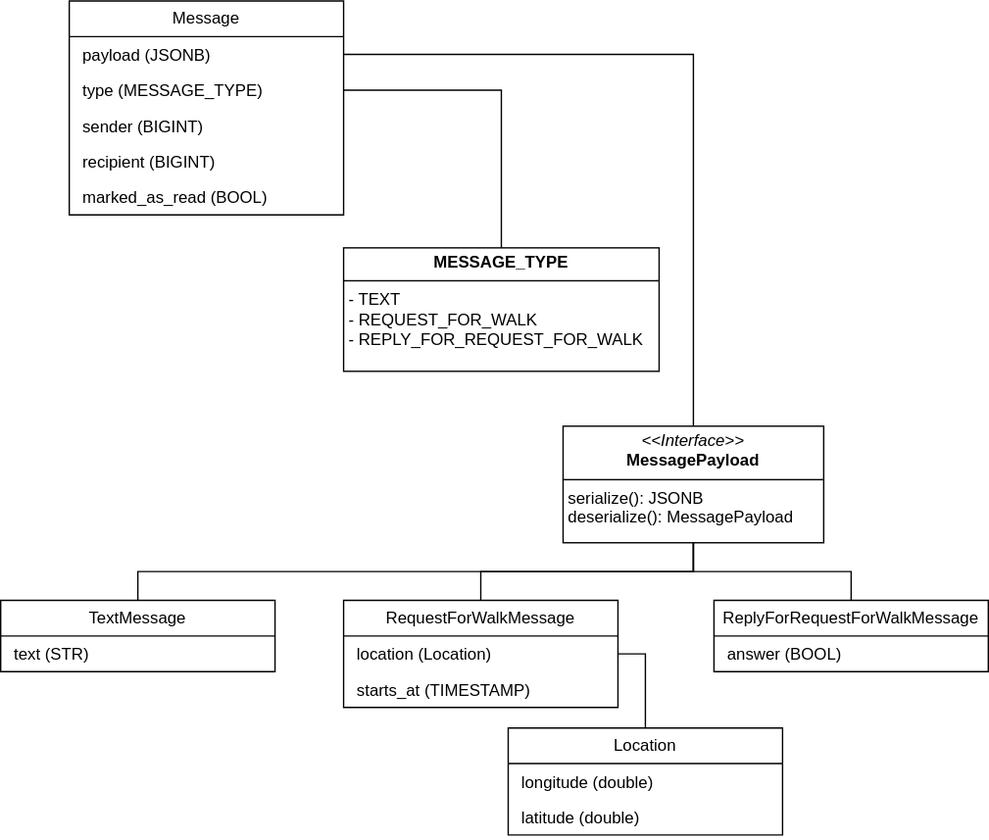
ru-random-walk/chat-service keeps this draw.io diagram as doc/img/domain_model.drawio.svg. Above is the earlier version. Source tidied: cells renumbered, new cells last; positions are measured from the earlier drawing's top-left corner, leaving out a move shared by most shapes.
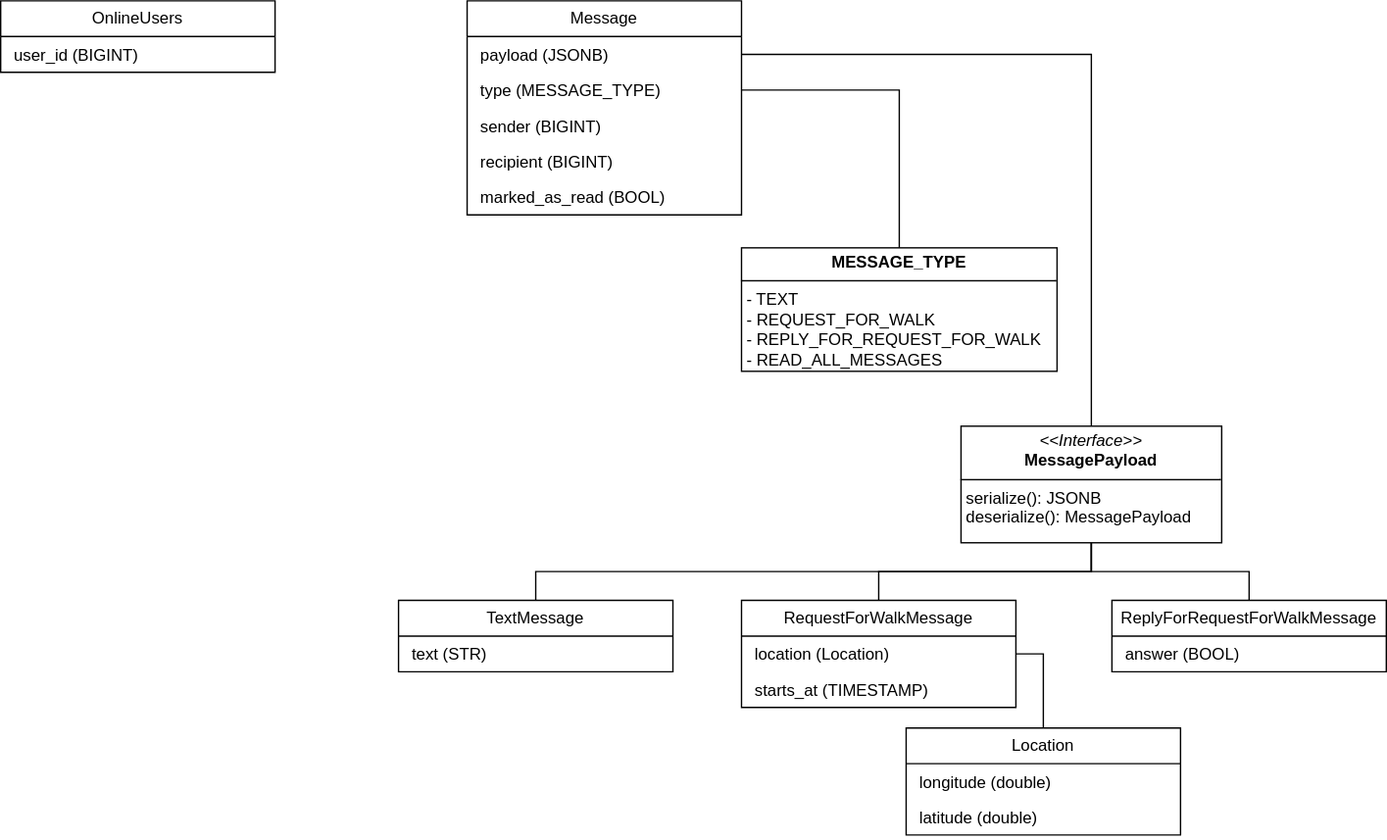
Later version of the same file.

Commit message:
RANDOMWALK-7: add online users

Change to the diagram source:
```diff
@@ -20,7 +20,7 @@
     <mxCell id="7" value="&lt;p style=&quot;margin: 0px 0px 0px 4px;&quot;&gt;marked_as_read (BOOL)&lt;/p&gt;" style="text;strokeColor=none;fillColor=none;align=left;verticalAlign=top;spacingLeft=4;spacingRight=4;overflow=hidden;whiteSpace=wrap;html=1;" parent="2" vertex="1">
       <mxGeometry y="130" width="200" height="26" as="geometry" />
     </mxCell>
-    <mxCell id="8" value="&lt;p style=&quot;margin:0px;margin-top:4px;text-align:center;&quot;&gt;&lt;b style=&quot;text-align: left;&quot;&gt;MESSAGE_TYPE&lt;/b&gt;&lt;br&gt;&lt;/p&gt;&lt;hr size=&quot;1&quot; style=&quot;border-style:solid;&quot;&gt;&lt;p style=&quot;margin:0px;margin-left:4px;&quot;&gt;- TEXT&lt;/p&gt;&lt;p style=&quot;margin:0px;margin-left:4px;&quot;&gt;- REQUEST_FOR_WALK&lt;/p&gt;&lt;p style=&quot;margin:0px;margin-left:4px;&quot;&gt;- REPLY_FOR_&lt;span style=&quot;background-color: initial;&quot;&gt;REQUEST_FOR_WALK&lt;/span&gt;&lt;/p&gt;" style="verticalAlign=top;align=left;overflow=fill;html=1;whiteSpace=wrap;" parent="1" vertex="1">
+    <mxCell id="8" value="&lt;p style=&quot;margin:0px;margin-top:4px;text-align:center;&quot;&gt;&lt;b style=&quot;text-align: left;&quot;&gt;MESSAGE_TYPE&lt;/b&gt;&lt;br&gt;&lt;/p&gt;&lt;hr size=&quot;1&quot; style=&quot;border-style:solid;&quot;&gt;&lt;p style=&quot;margin:0px;margin-left:4px;&quot;&gt;- TEXT&lt;/p&gt;&lt;p style=&quot;margin:0px;margin-left:4px;&quot;&gt;- REQUEST_FOR_WALK&lt;/p&gt;&lt;p style=&quot;margin:0px;margin-left:4px;&quot;&gt;- REPLY_FOR_&lt;span style=&quot;background-color: initial;&quot;&gt;REQUEST_FOR_WALK&lt;br&gt;- READ_ALL_MESSAGES&lt;/span&gt;&lt;/p&gt;" style="verticalAlign=top;align=left;overflow=fill;html=1;whiteSpace=wrap;" parent="1" vertex="1">
       <mxGeometry x="250" y="180" width="230" height="90" as="geometry" />
     </mxCell>
     <mxCell id="9" style="edgeStyle=orthogonalEdgeStyle;rounded=0;jettySize=auto;html=1;exitX=1;exitY=0.5;exitDx=0;exitDy=0;endArrow=none;endFill=0;" parent="1" edge="1" source="4" target="8">
@@ -74,5 +74,11 @@
     <mxCell id="25" style="edgeStyle=orthogonalEdgeStyle;rounded=0;jettySize=auto;html=1;exitX=1;exitY=0.5;exitDx=0;exitDy=0;endArrow=none;endFill=0;" parent="1" edge="1" source="18" target="22">
       <mxGeometry relative="1" as="geometry" />
     </mxCell>
+    <mxCell id="26" value="OnlineUsers" style="swimlane;fontStyle=0;horizontal=1;startSize=26;fillColor=#FFFFFF;whiteSpace=wrap;html=1;" parent="1" vertex="1">
+      <mxGeometry x="-290" width="200" height="52" as="geometry" />
+    </mxCell>
+    <mxCell id="27" value="&lt;p style=&quot;margin: 0px 0px 0px 4px;&quot;&gt;&lt;span style=&quot;background-color: initial;&quot;&gt;user_id (BIGINT)&lt;/span&gt;&lt;br&gt;&lt;/p&gt;" style="text;strokeColor=none;fillColor=none;align=left;verticalAlign=top;spacingLeft=4;spacingRight=4;overflow=hidden;whiteSpace=wrap;html=1;" parent="26" vertex="1">
+      <mxGeometry y="26" width="200" height="26" as="geometry" />
+    </mxCell>
   </root>
 </mxGraphModel>
```
